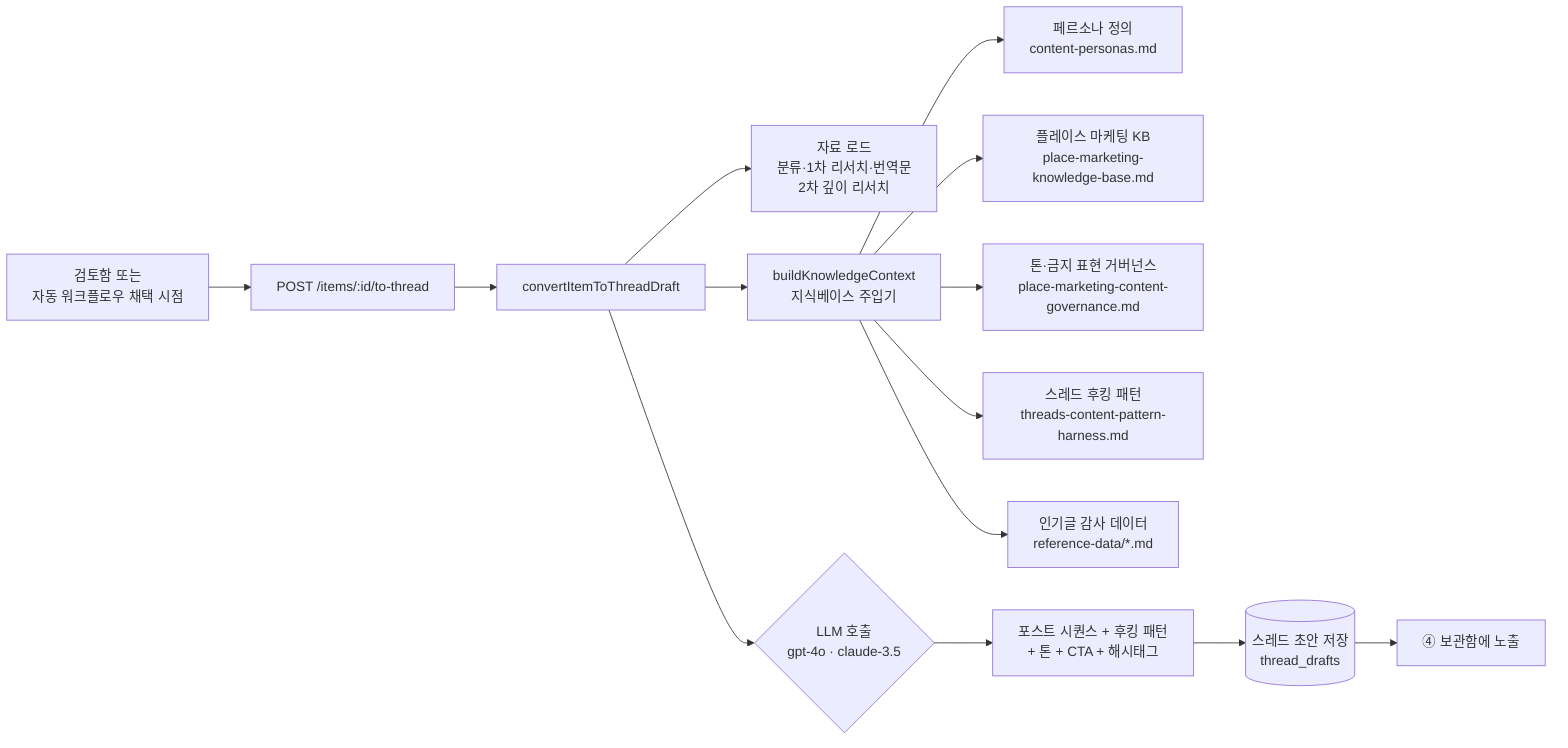
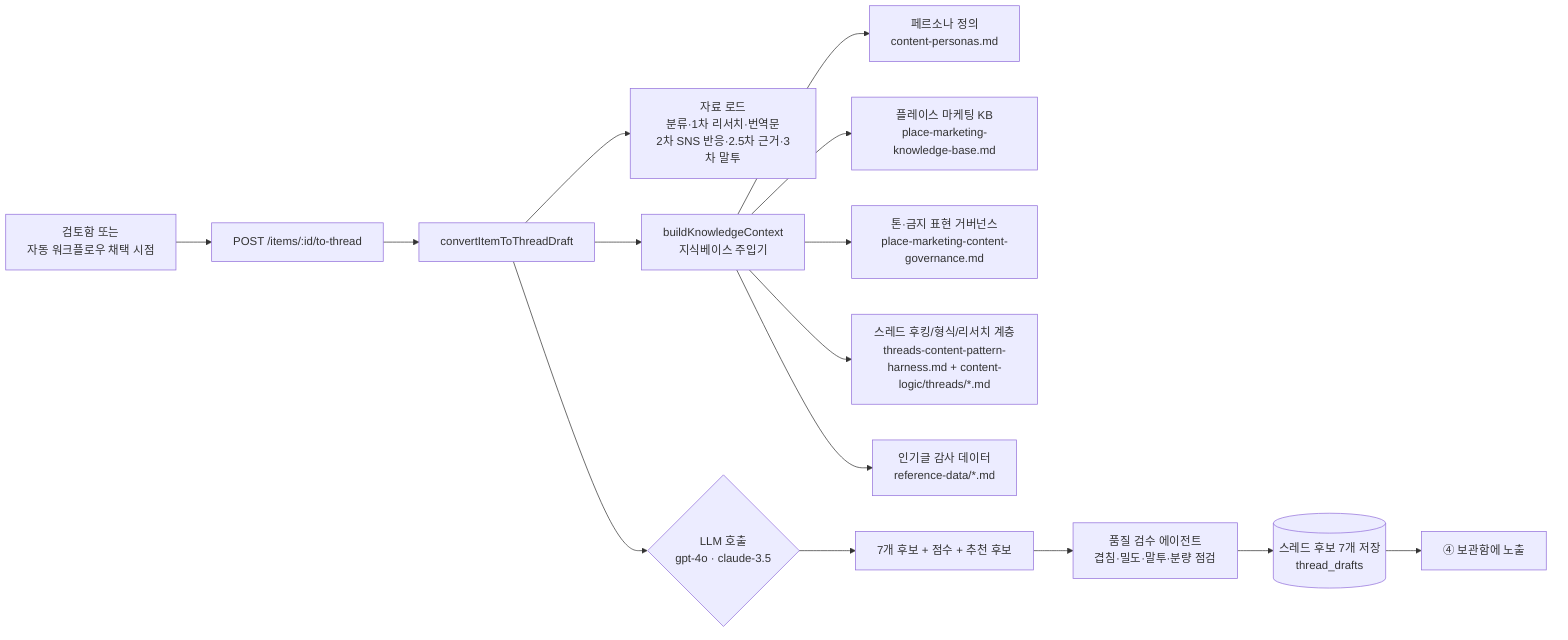
flowchart LR
  A[검토함 또는<br/>자동 워크플로우 채택 시점] --> B[POST /items/:id/to-thread]
  B --> C[convertItemToThreadDraft]
-   C --> D[자료 로드<br/>분류·1차 리서치·번역문<br/>2차 깊이 리서치]
+   C --> D[자료 로드<br/>분류·1차 리서치·번역문<br/>2차 SNS 반응·2.5차 근거·3차 말투]
  C --> E[buildKnowledgeContext<br/>지식베이스 주입기]
  E --> KB1[페르소나 정의<br/>content-personas.md]
  E --> KB2[플레이스 마케팅 KB<br/>place-marketing-knowledge-base.md]
  E --> KB3[톤·금지 표현 거버넌스<br/>place-marketing-content-governance.md]
-   E --> KB4[스레드 후킹 패턴<br/>threads-content-pattern-harness.md]
+   E --> KB4[스레드 후킹/형식/리서치 계층<br/>threads-content-pattern-harness.md + content-logic/threads/*.md]
  E --> KB5[인기글 감사 데이터<br/>reference-data/*.md]
  C --> F{LLM 호출<br/>gpt-4o · claude-3.5}
-   F --> G[포스트 시퀀스 + 후킹 패턴<br/>+ 톤 + CTA + 해시태그]
-   G --> H[(스레드 초안 저장<br/>thread_drafts)]
+   F --> G[7개 후보 + 점수 + 추천 후보]
+   G --> Q[품질 검수 에이전트<br/>겹침·밀도·말투·분량 점검]
+   Q --> H[(스레드 후보 7개 저장<br/>thread_drafts)]
  H --> I[④ 보관함에 노출]
